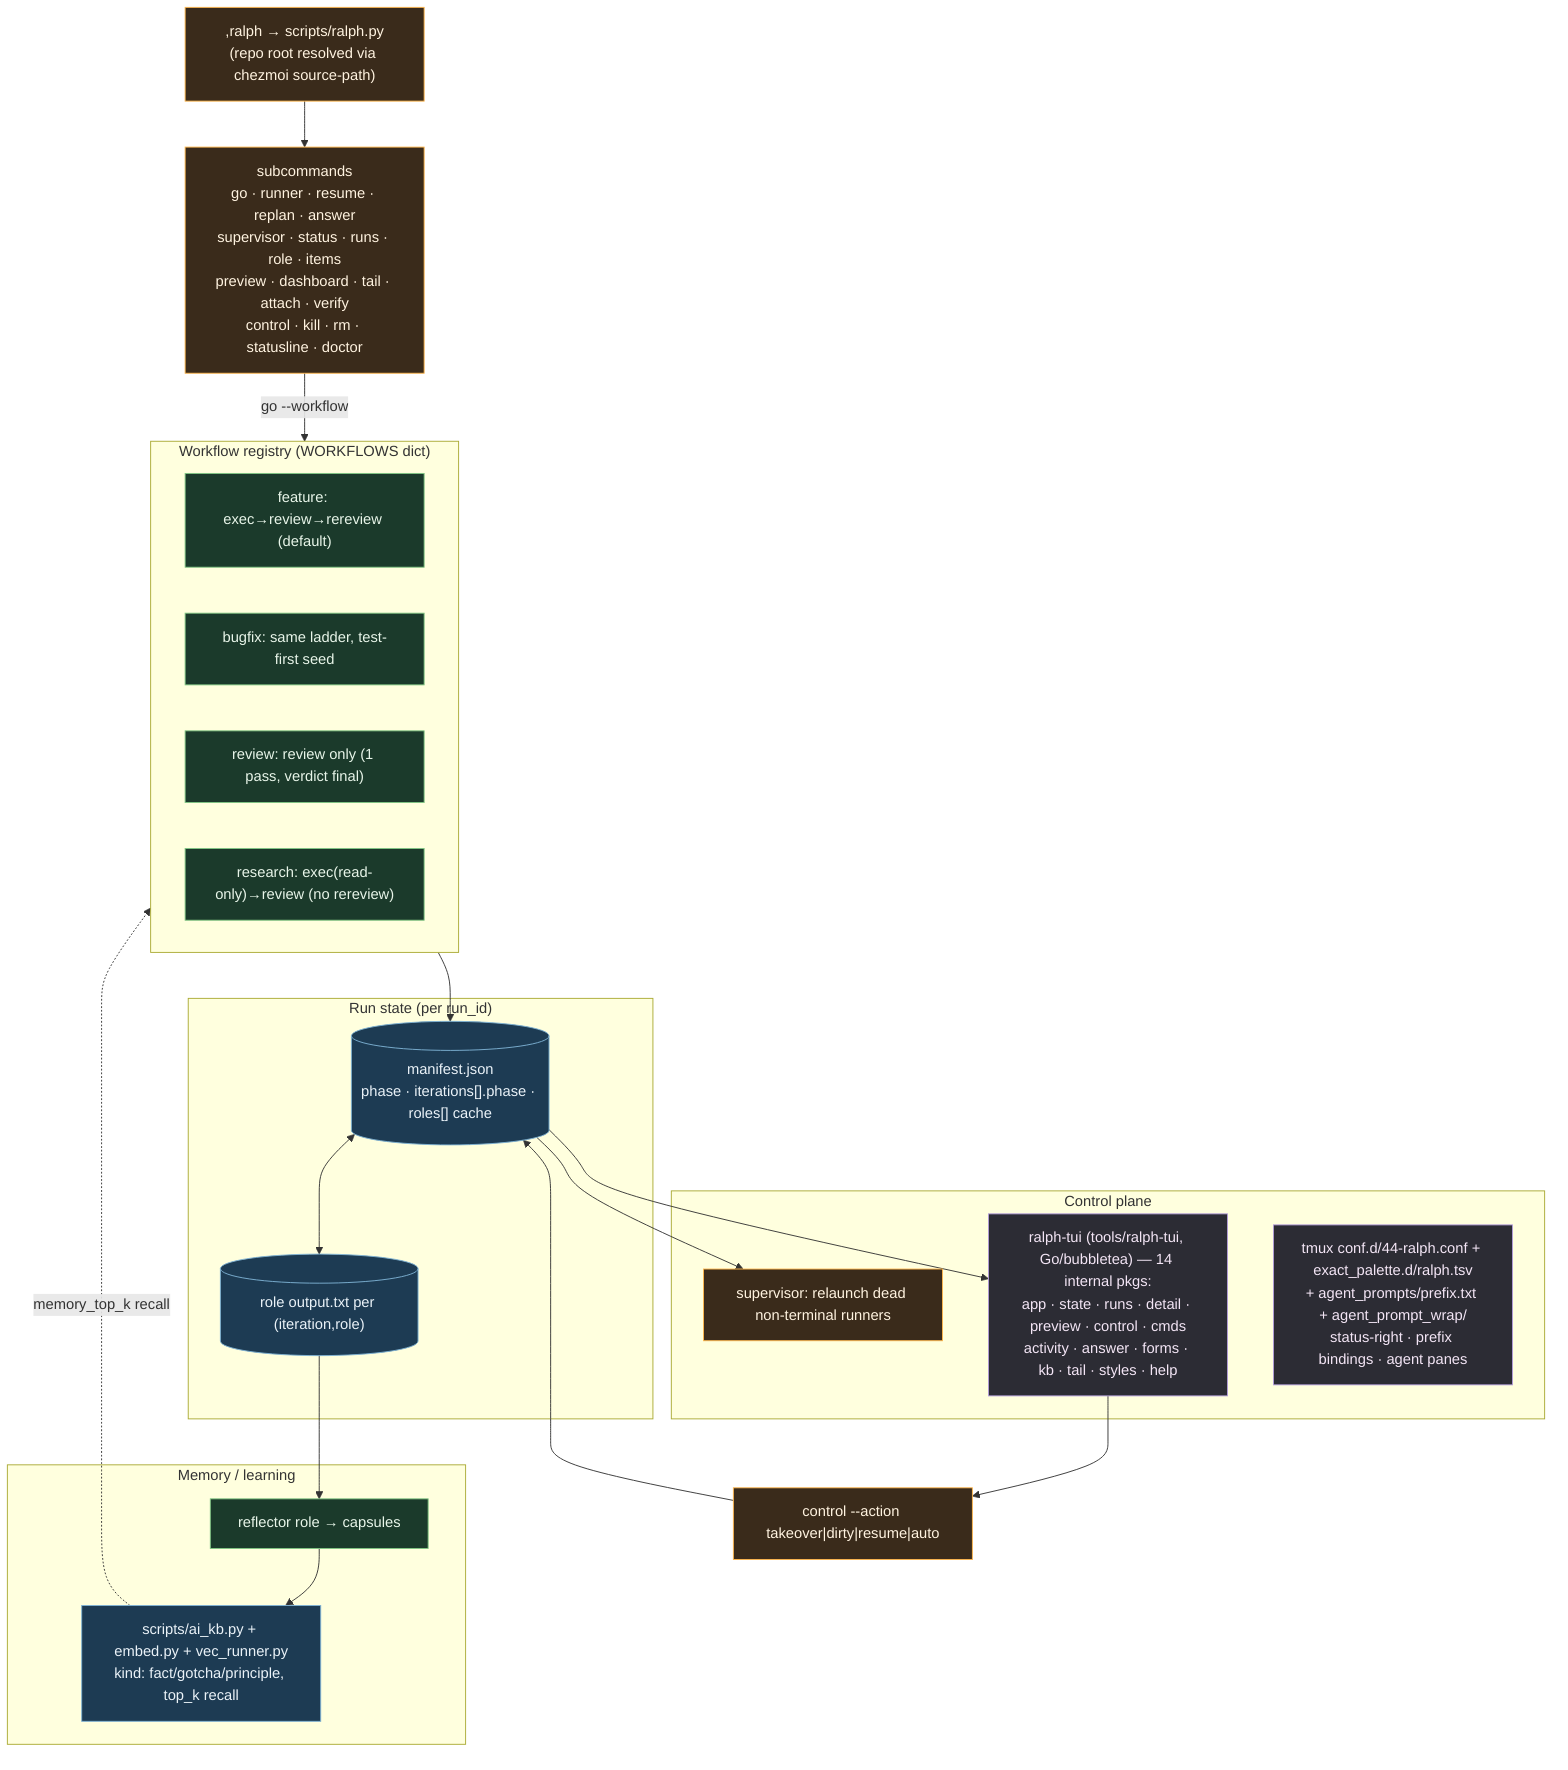
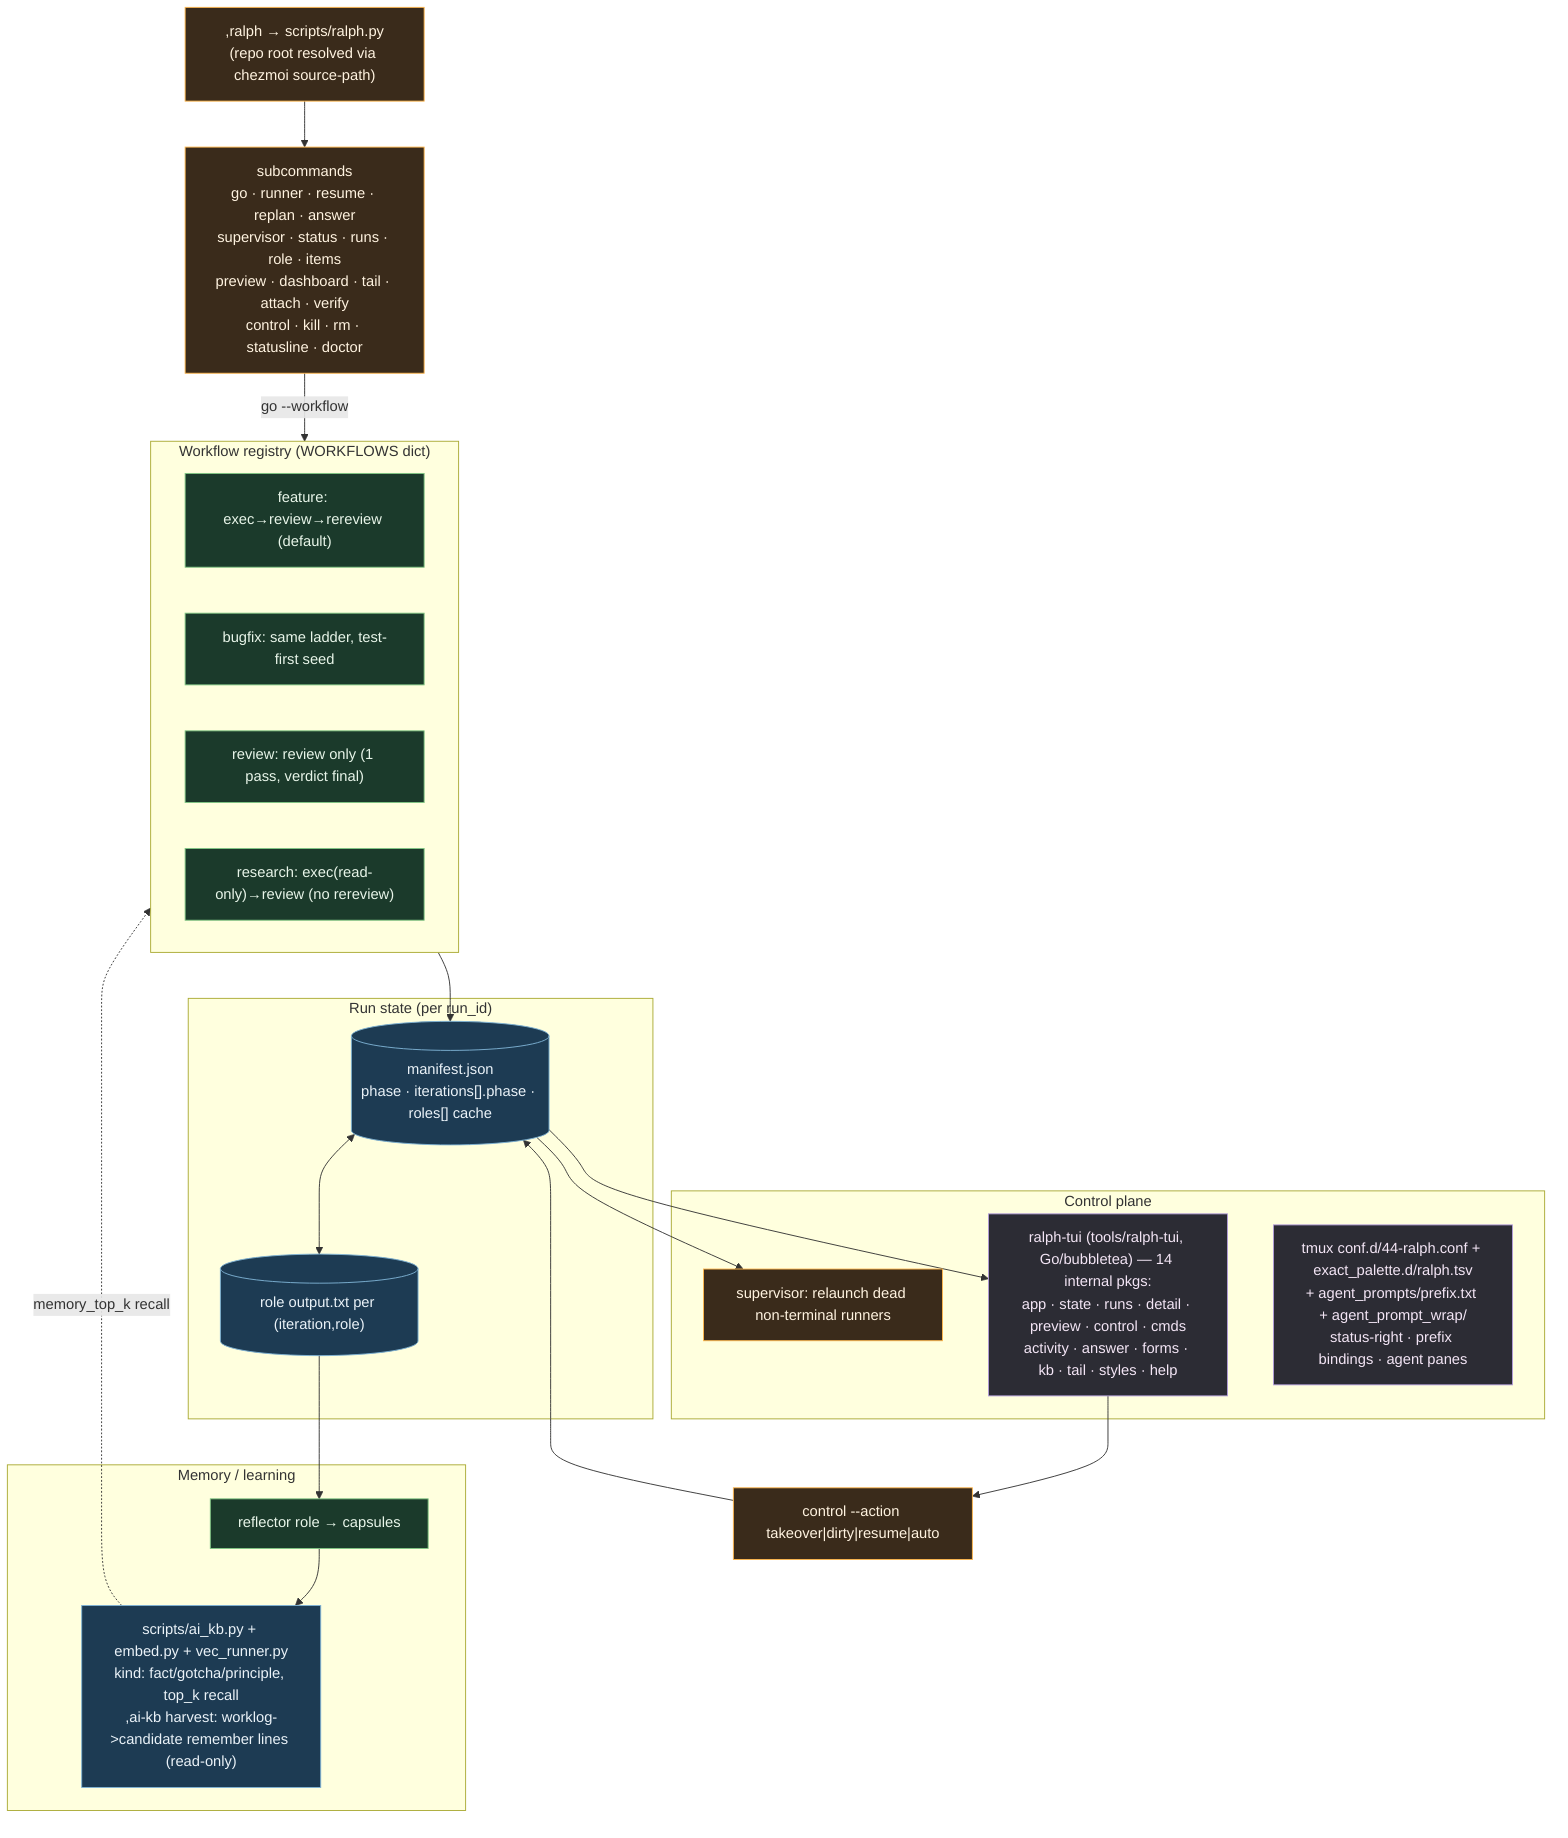
%% ============================================================================
%% 04b-ralph-control-plane.mmd — Ralph CLI surface, workflows, and tmux/TUI
%% control plane. Companion to 04-ralph-state-machine.mmd.
%% ============================================================================
flowchart TD
    classDef cli fill:#3a2b1b,stroke:#ffb74d,color:#fff3e0;
    classDef flow fill:#1b3a2b,stroke:#81c784,color:#e8f5e9;
    classDef tui fill:#2c2c34,stroke:#b39ddb,color:#f3e5f5;
    classDef data fill:#1d3b53,stroke:#7fb3d5,color:#eaf2f8;

    ENTRY[",ralph → scripts/ralph.py<br/>(repo root resolved via chezmoi source-path)"]:::cli

    ENTRY --> CMDS["subcommands<br/>go · runner · resume · replan · answer<br/>supervisor · status · runs · role · items<br/>preview · dashboard · tail · attach · verify<br/>control · kill · rm · statusline · doctor"]:::cli

    subgraph WF["Workflow registry (WORKFLOWS dict)"]
        FEAT["feature: exec→review→rereview (default)"]:::flow
        BUG["bugfix: same ladder, test-first seed"]:::flow
        REV["review: review only (1 pass, verdict final)"]:::flow
        RES["research: exec(read-only)→review (no rereview)"]:::flow
    end
    CMDS -->|go --workflow| WF

    subgraph STATE["Run state (per run_id)"]
        MAN[("manifest.json<br/>phase · iterations[].phase · roles[] cache")]:::data
        OUT[("role output.txt per (iteration,role)")]:::data
    end
    WF --> MAN
    MAN <--> OUT

    subgraph CONTROL["Control plane"]
        SUP["supervisor: relaunch dead non-terminal runners"]:::cli
        TUI["ralph-tui (tools/ralph-tui, Go/bubbletea) — 14 internal pkgs:<br/>app · state · runs · detail · preview · control · cmds<br/>activity · answer · forms · kb · tail · styles · help"]:::tui
        TMUX["tmux conf.d/44-ralph.conf + exact_palette.d/ralph.tsv<br/>+ agent_prompts/prefix.txt + agent_prompt_wrap/<br/>status-right · prefix bindings · agent panes"]:::tui
    end
    MAN --> TUI
    MAN --> SUP
    TUI --> CONTROLCMD["control --action takeover|dirty|resume|auto"]:::cli
    CONTROLCMD --> MAN

    subgraph KB["Memory / learning"]
        REFLECT["reflector role → capsules"]:::flow
-         AIKB["scripts/ai_kb.py + embed.py + vec_runner.py<br/>kind: fact/gotcha/principle, top_k recall"]:::data
+         AIKB["scripts/ai_kb.py + embed.py + vec_runner.py<br/>kind: fact/gotcha/principle, top_k recall<br/>,ai-kb harvest: worklog->candidate remember lines (read-only)"]:::data
    end
    OUT --> REFLECT --> AIKB
    AIKB -.memory_top_k recall.-> WF
